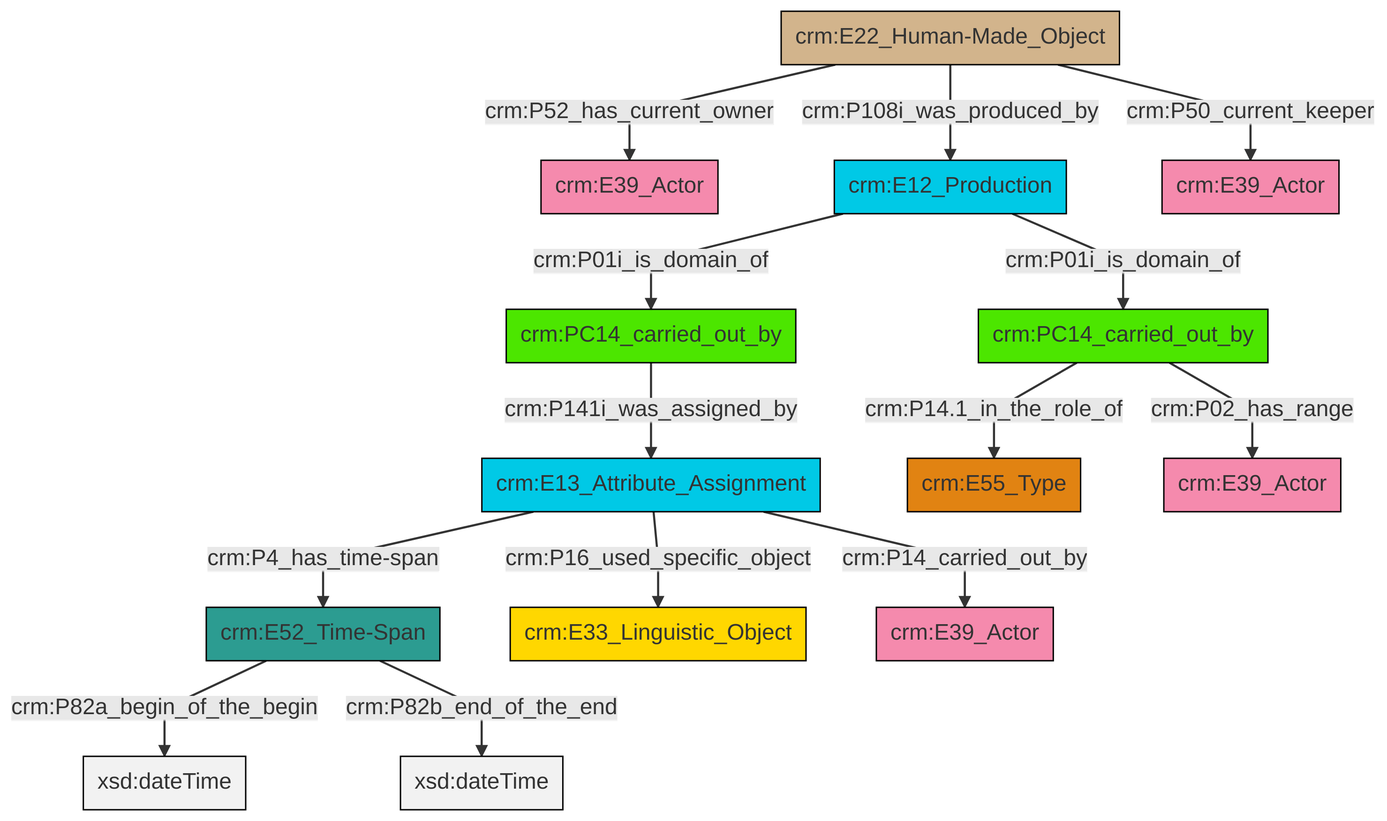
swiss-art-research-net/docs.swissartresearch keeps this Mermaid diagram as et/carrierCSV/ttl/mmd/png/carrier_relations.png. Above is the earlier version. Its source is kept beside it as et/carrierCSV/ttl/mmd/carrier_relations.ttl.mmd.
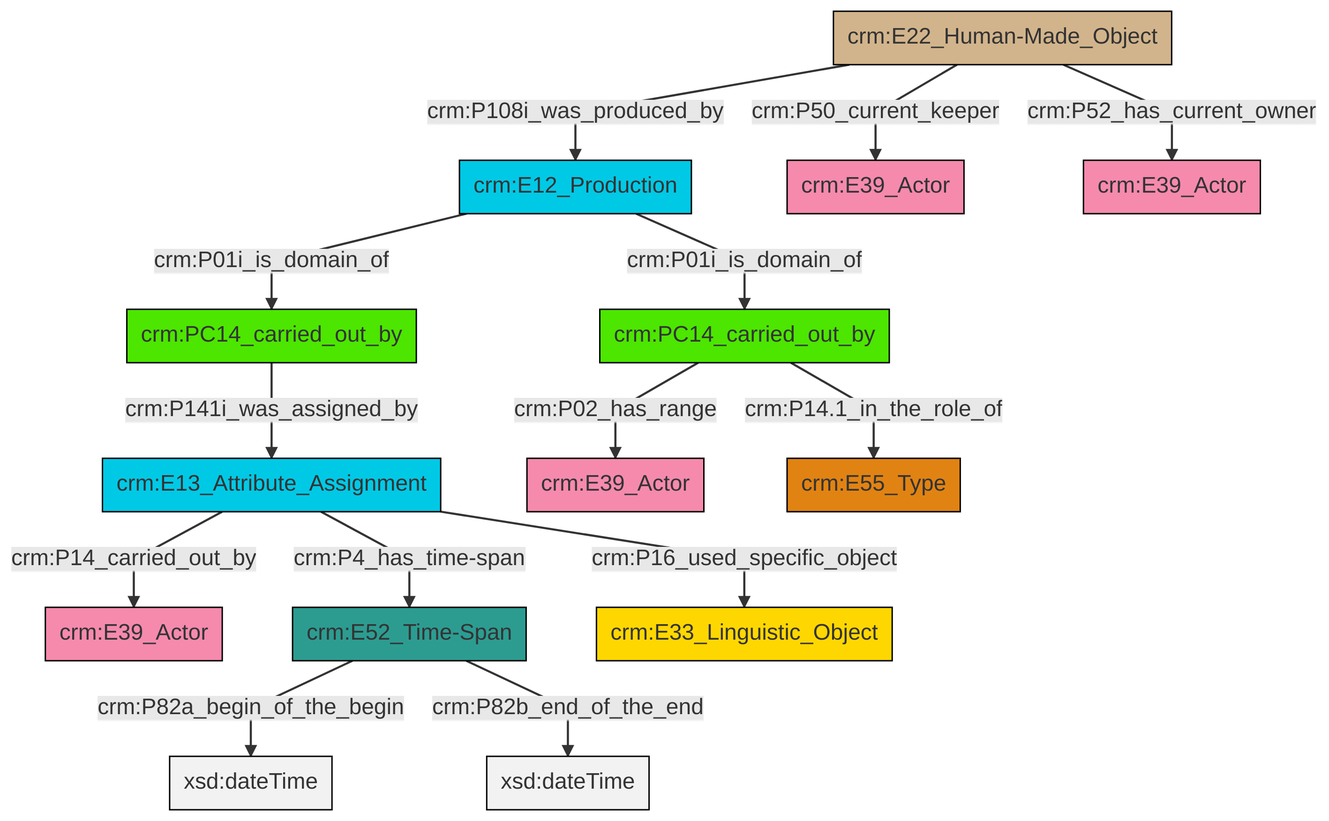
After the commit.

The edit, as a diff of the source:
```diff
@@ -13,16 +13,16 @@
 classDef PC_Classes fill:#4ce600, stroke:#000000;
 classDef Multi fill:#cccccc,stroke:#000000;
 
-2["crm:E52_Time-Span"]:::Time-Span -->|crm:P82a_begin_of_the_begin| 6[xsd:dateTime]:::Literal
-9["crm:E12_Production"]:::Temporal_Entity -->|crm:P01i_is_domain_of| 11["crm:PC14_carried_out_by"]:::PC_Classes
-14["crm:E22_Human-Made_Object"]:::Physical_Thing -->|crm:P108i_was_produced_by| 9["crm:E12_Production"]:::Temporal_Entity
-15["crm:PC14_carried_out_by"]:::PC_Classes -->|crm:P14.1_in_the_role_of| 16["crm:E55_Type"]:::Type
-12["crm:E13_Attribute_Assignment"]:::Temporal_Entity -->|crm:P16_used_specific_object| 4["crm:E33_Linguistic_Object"]:::Conceptual_Object
-12["crm:E13_Attribute_Assignment"]:::Temporal_Entity -->|crm:P14_carried_out_by| 7["crm:E39_Actor"]:::Actor
-12["crm:E13_Attribute_Assignment"]:::Temporal_Entity -->|crm:P4_has_time-span| 2["crm:E52_Time-Span"]:::Time-Span
-15["crm:PC14_carried_out_by"]:::PC_Classes -->|crm:P02_has_range| 17["crm:E39_Actor"]:::Actor
-2["crm:E52_Time-Span"]:::Time-Span -->|crm:P82b_end_of_the_end| 18[xsd:dateTime]:::Literal
-14["crm:E22_Human-Made_Object"]:::Physical_Thing -->|crm:P52_has_current_owner| 0["crm:E39_Actor"]:::Actor
-11["crm:PC14_carried_out_by"]:::PC_Classes -->|crm:P141i_was_assigned_by| 12["crm:E13_Attribute_Assignment"]:::Temporal_Entity
-14["crm:E22_Human-Made_Object"]:::Physical_Thing -->|crm:P50_current_keeper| 22["crm:E39_Actor"]:::Actor
-9["crm:E12_Production"]:::Temporal_Entity -->|crm:P01i_is_domain_of| 15["crm:PC14_carried_out_by"]:::PC_Classes
+0["crm:PC14_carried_out_by"]:::PC_Classes -->|crm:P141i_was_assigned_by| 1["crm:E13_Attribute_Assignment"]:::Temporal_Entity
+2["crm:E22_Human-Made_Object"]:::Physical_Thing -->|crm:P108i_was_produced_by| 3["crm:E12_Production"]:::Temporal_Entity
+1["crm:E13_Attribute_Assignment"]:::Temporal_Entity -->|crm:P14_carried_out_by| 4["crm:E39_Actor"]:::Actor
+2["crm:E22_Human-Made_Object"]:::Physical_Thing -->|crm:P50_current_keeper| 9["crm:E39_Actor"]:::Actor
+7["crm:E52_Time-Span"]:::Time-Span -->|crm:P82a_begin_of_the_begin| 11[xsd:dateTime]:::Literal
+2["crm:E22_Human-Made_Object"]:::Physical_Thing -->|crm:P52_has_current_owner| 12["crm:E39_Actor"]:::Actor
+1["crm:E13_Attribute_Assignment"]:::Temporal_Entity -->|crm:P16_used_specific_object| 14["crm:E33_Linguistic_Object"]:::Conceptual_Object
+3["crm:E12_Production"]:::Temporal_Entity -->|crm:P01i_is_domain_of| 5["crm:PC14_carried_out_by"]:::PC_Classes
+5["crm:PC14_carried_out_by"]:::PC_Classes -->|crm:P14.1_in_the_role_of| 21["crm:E55_Type"]:::Type
+5["crm:PC14_carried_out_by"]:::PC_Classes -->|crm:P02_has_range| 18["crm:E39_Actor"]:::Actor
+1["crm:E13_Attribute_Assignment"]:::Temporal_Entity -->|crm:P4_has_time-span| 7["crm:E52_Time-Span"]:::Time-Span
+7["crm:E52_Time-Span"]:::Time-Span -->|crm:P82b_end_of_the_end| 23[xsd:dateTime]:::Literal
+3["crm:E12_Production"]:::Temporal_Entity -->|crm:P01i_is_domain_of| 0["crm:PC14_carried_out_by"]:::PC_Classes
```
